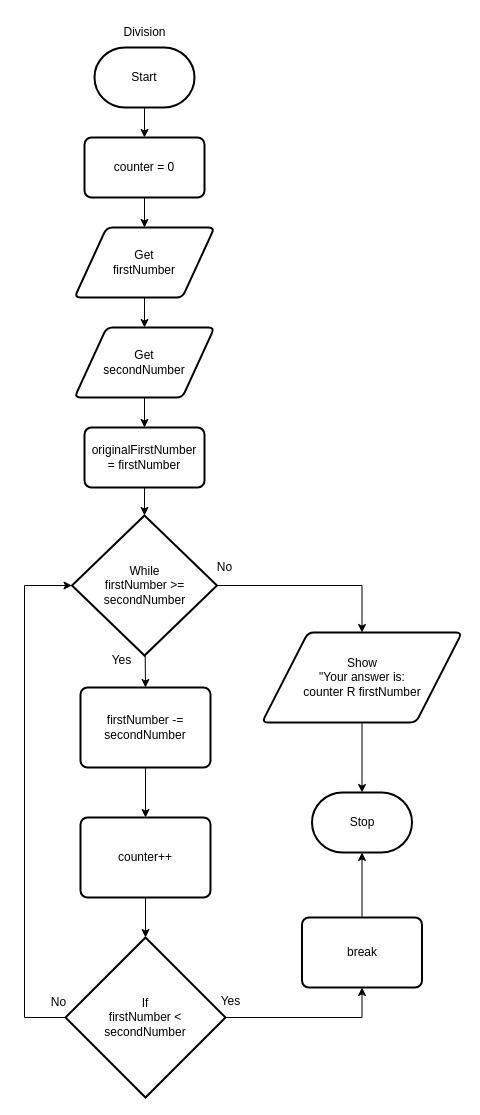
Earlier version of the draw.io diagram design/flowchart.drawio (MTHS-ICD2O-1-2024/ICD2O-Unit-5-08-Ain-Jeong). Source tidied: cells renumbered, new cells numbered last; positions are measured from the earlier drawing's top-left corner, leaving out a move shared by most shapes. Both pictures are drawn from the tidied source at 100%, with x=0, y=0 at pixel (24, 17).
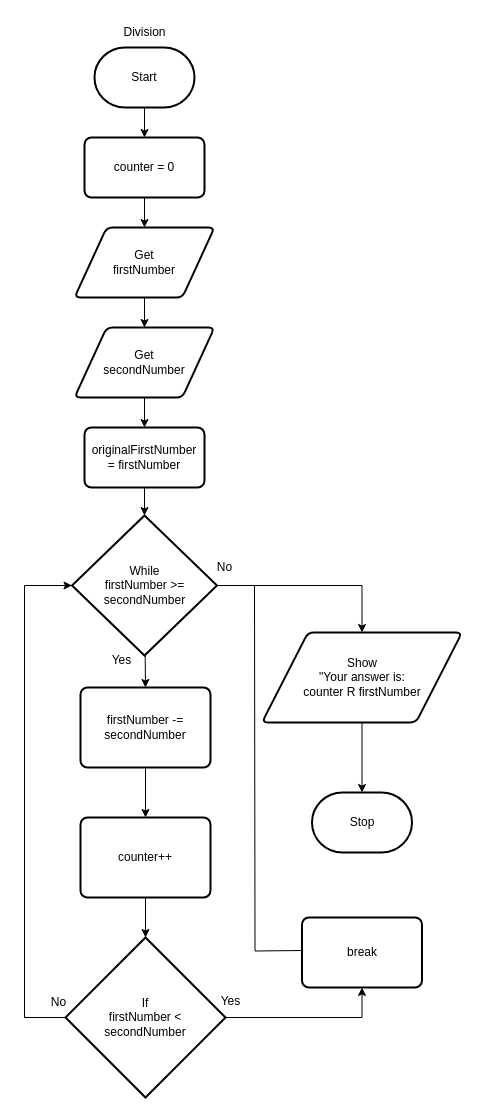
After the change.

Unchanged cells that the change refers to:
```xml
<mxCell id="15" value="Stop" style="strokeWidth=2;html=1;shape=mxgraph.flowchart.terminator;whiteSpace=wrap;" parent="1" vertex="1">
  <mxGeometry x="287.5" y="775" width="100" height="60" as="geometry" />
</mxCell>
<mxCell id="24" value="break" style="rounded=1;whiteSpace=wrap;html=1;absoluteArcSize=1;arcSize=14;strokeWidth=2;" parent="1" vertex="1">
  <mxGeometry x="277.5" y="900" width="120" height="70" as="geometry" />
</mxCell>
```

What changed in the source:
```diff
@@
-    <mxCell id="27" style="edgeStyle=none;html=1;entryX=0.5;entryY=1;entryDx=0;entryDy=0;entryPerimeter=0;" parent="1" edge="1" source="24" target="15">
-      <mxGeometry relative="1" as="geometry" />
+    <mxCell id="27" style="edgeStyle=orthogonalEdgeStyle;html=1;rounded=0;curved=0;endArrow=none;endFill=0;" parent="1" edge="1">
+      <mxGeometry relative="1" as="geometry">
+        <mxPoint x="277.5" y="933" as="sourcePoint" />
+        <mxPoint x="230" y="568" as="targetPoint" />
+      </mxGeometry>
     </mxCell>
```
